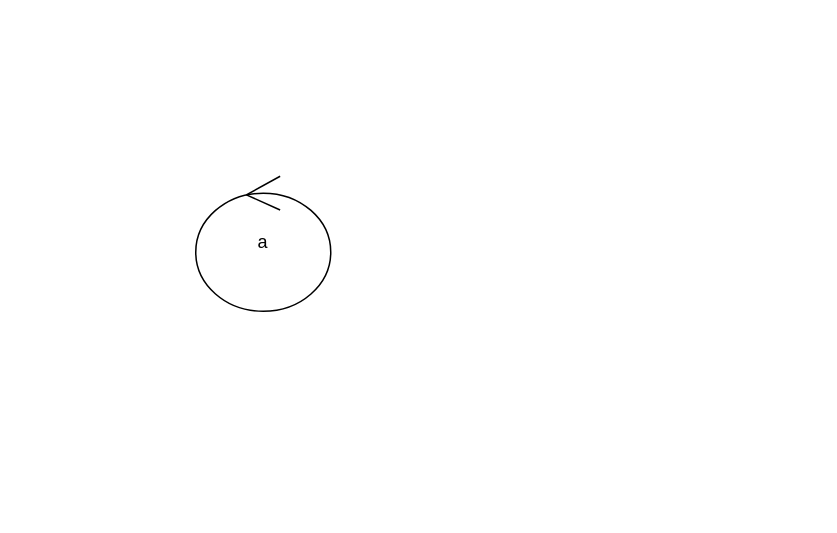
Above: group/07_web_visitor/ロバストネス図/robustness_01_add.drawio in ko246/ohara_uml (draw.io), before the change. Source tidied: cells renumbered, new cells numbered last; positions are measured from the earlier drawing's top-left corner, leaving out a move shared by most shapes. Both pictures are drawn from the tidied source at 150%, with x=0, y=0 at pixel (195, 176).
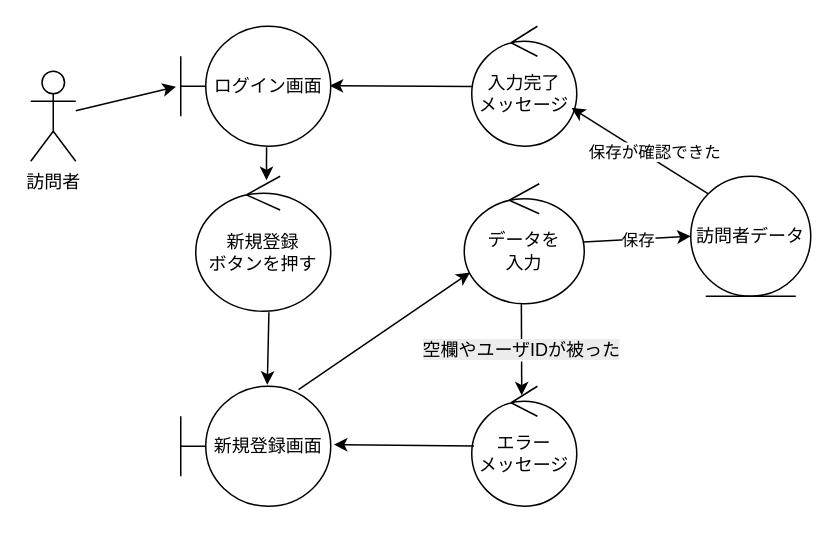
After the change.

Commit message (it also covers changes not shown here):
新規登録画面のロバストネス図を作成

What changed in the source:
```diff
@@
-    <mxCell id="2" value="a&lt;div&gt;&lt;br&gt;&lt;/div&gt;" style="ellipse;shape=umlControl;whiteSpace=wrap;html=1;" parent="1" vertex="1">
+    <mxCell id="2" value="&lt;div&gt;新規登録&lt;/div&gt;&lt;div&gt;ボタンを押す&lt;/div&gt;" style="ellipse;shape=umlControl;whiteSpace=wrap;html=1;" parent="1" vertex="1">
       <mxGeometry width="90" height="90" as="geometry" />
     </mxCell>
+    <mxCell id="3" value="訪問者データ" style="ellipse;shape=umlEntity;whiteSpace=wrap;html=1;" parent="1" vertex="1">
+      <mxGeometry x="330" width="80" height="80" as="geometry" />
+    </mxCell>
+    <mxCell id="4" value="訪問者&lt;div&gt;&lt;br&gt;&lt;/div&gt;" style="shape=umlActor;verticalLabelPosition=bottom;verticalAlign=top;html=1;" parent="1" vertex="1">
+      <mxGeometry x="-110" y="-70" width="30" height="60" as="geometry" />
+    </mxCell>
+    <mxCell id="5" value="ログイン画面" style="shape=umlBoundary;whiteSpace=wrap;html=1;" parent="1" vertex="1">
+      <mxGeometry x="-10" y="-100" width="100" height="80" as="geometry" />
+    </mxCell>
+    <mxCell id="6" style="endArrow=classic;html=1;rounded=0;entryX=-0.032;entryY=0.504;entryDx=0;entryDy=0;entryPerimeter=0;" parent="1" edge="1" source="4" target="5">
+      <mxGeometry relative="1" as="geometry" />
+    </mxCell>
+    <mxCell id="7" style="endArrow=classic;html=1;rounded=0;entryX=0.524;entryY=0.029;entryDx=0;entryDy=0;entryPerimeter=0;exitX=0.572;exitY=1.009;exitDx=0;exitDy=0;exitPerimeter=0;" parent="1" edge="1" source="5" target="2">
+      <mxGeometry relative="1" as="geometry" />
+    </mxCell>
+    <mxCell id="8" value="新規登録画面" style="shape=umlBoundary;whiteSpace=wrap;html=1;" parent="1" vertex="1">
+      <mxGeometry x="-10" y="140" width="100" height="80" as="geometry" />
+    </mxCell>
+    <mxCell id="9" style="endArrow=classic;html=1;rounded=0;entryX=0.577;entryY=-0.012;entryDx=0;entryDy=0;entryPerimeter=0;exitX=0.542;exitY=1.007;exitDx=0;exitDy=0;exitPerimeter=0;" parent="1" edge="1" source="2" target="8">
+      <mxGeometry relative="1" as="geometry" />
+    </mxCell>
+    <mxCell id="10" value="データを&lt;div&gt;入力&lt;/div&gt;" style="ellipse;shape=umlControl;whiteSpace=wrap;html=1;" parent="1" vertex="1">
+      <mxGeometry x="179" y="5" width="80" height="80" as="geometry" />
+    </mxCell>
+    <mxCell id="11" style="endArrow=classic;html=1;rounded=0;entryX=0.048;entryY=0.739;entryDx=0;entryDy=0;entryPerimeter=0;exitX=0.785;exitY=0.028;exitDx=0;exitDy=0;exitPerimeter=0;" parent="1" edge="1" source="8" target="10">
+      <mxGeometry relative="1" as="geometry" />
+    </mxCell>
+    <mxCell id="12" value="エラー&lt;div&gt;メッセージ&lt;/div&gt;" style="ellipse;shape=umlControl;whiteSpace=wrap;html=1;" parent="1" vertex="1">
+      <mxGeometry x="184" y="140" width="70" height="80" as="geometry" />
+    </mxCell>
+    <mxCell id="13" style="endArrow=classic;html=1;rounded=0;entryX=0;entryY=0.5;entryDx=0;entryDy=0;exitX=0.995;exitY=0.486;exitDx=0;exitDy=0;exitPerimeter=0;" parent="1" edge="1" source="10" target="3">
+      <mxGeometry relative="1" as="geometry" />
+    </mxCell>
+    <mxCell id="14" value="保存" style="edgeLabel;html=1;align=center;verticalAlign=middle;" parent="13" vertex="1">
+      <mxGeometry x="0.02" y="-1" relative="1" as="geometry" />
+    </mxCell>
+    <mxCell id="15" style="endArrow=classic;html=1;rounded=0;entryX=0.476;entryY=0.076;entryDx=0;entryDy=0;entryPerimeter=0;exitX=0.476;exitY=0.999;exitDx=0;exitDy=0;exitPerimeter=0;" parent="1" edge="1" source="10" target="12">
+      <mxGeometry relative="1" as="geometry" />
+    </mxCell>
+    <mxCell id="16" value="&lt;span style=&quot;font-size: 12px; background-color: rgb(236, 236, 236);&quot;&gt;空欄やユーザIDが被った&lt;/span&gt;" style="edgeLabel;html=1;align=center;verticalAlign=middle;" parent="15" vertex="1">
+      <mxGeometry x="0.02" y="-1" relative="1" as="geometry" />
+    </mxCell>
+    <mxCell id="17" style="endArrow=classic;html=1;rounded=0;entryX=1.021;entryY=0.486;entryDx=0;entryDy=0;entryPerimeter=0;exitX=0.021;exitY=0.498;exitDx=0;exitDy=0;exitPerimeter=0;" parent="1" edge="1" source="12" target="8">
+      <mxGeometry relative="1" as="geometry" />
+    </mxCell>
+    <mxCell id="18" value="入力完了&lt;div&gt;メッセージ&lt;/div&gt;" style="ellipse;shape=umlControl;whiteSpace=wrap;html=1;" parent="1" vertex="1">
+      <mxGeometry x="184" y="-100" width="70" height="80" as="geometry" />
+    </mxCell>
+    <mxCell id="19" style="endArrow=classic;html=1;rounded=0;entryX=0.993;entryY=0.496;entryDx=0;entryDy=0;entryPerimeter=0;exitX=0.011;exitY=0.502;exitDx=0;exitDy=0;exitPerimeter=0;" parent="1" edge="1" source="18" target="5">
+      <mxGeometry relative="1" as="geometry" />
+    </mxCell>
+    <mxCell id="20" style="endArrow=classic;html=1;rounded=0;entryX=0.951;entryY=0.681;entryDx=0;entryDy=0;entryPerimeter=0;exitX=0;exitY=0;exitDx=0;exitDy=0;" parent="1" edge="1" source="3" target="18">
+      <mxGeometry relative="1" as="geometry" />
+    </mxCell>
+    <mxCell id="21" value="保存が確認できた" style="edgeLabel;html=1;align=center;verticalAlign=middle;" parent="20" vertex="1">
+      <mxGeometry x="-0.3" y="3" relative="1" as="geometry">
+        <mxPoint x="-2" y="-11" as="offset" />
+      </mxGeometry>
+    </mxCell>
```
